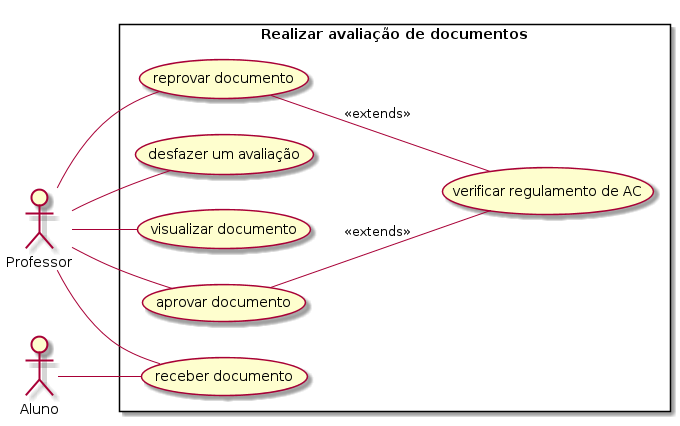
Before: usecase/professor/realizarAvaliacao.png, a diagram exported from PlantUML (rodrigoRolim/AC-backend). Source of this version:
```plantuml
@startuml
left to right direction
skinparam packagestyle rectangle
actor Professor
actor Aluno
rectangle "Realizar avaliação de documentos" {
  Professor -- (receber documento)
  Aluno -- (receber documento)
  Professor -- (visualizar documento)
  Professor -- (aprovar documento)
  Professor -- (reprovar documento)
  (aprovar documento) -- (verificar regulamento de AC): <<extends>>
  (reprovar documento) -- (verificar regulamento de AC): <<extends>>
  Professor -- (desfazer um avaliação)
}

@enduml
```
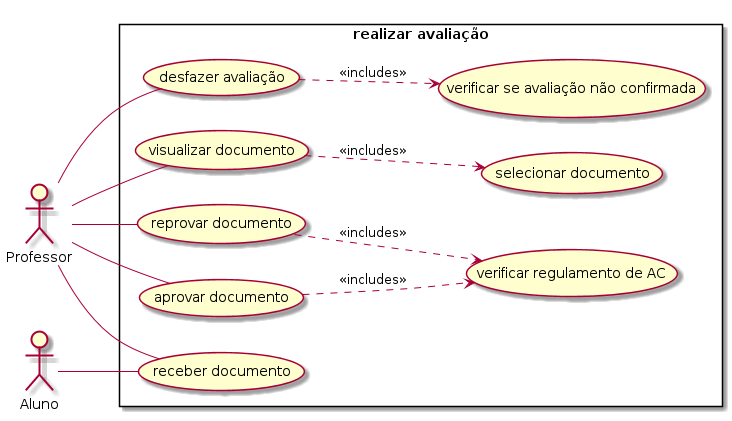
Above is the later version.

Commit message:
new diagrams and bussines

Diff of the diagram source:
```diff
@@ -3,15 +3,16 @@
 skinparam packagestyle rectangle
 actor Professor
 actor Aluno
-rectangle "Realizar avaliação de documentos" {
+rectangle "realizar avaliação" {
   Professor -- (receber documento)
+  Professor -- (reprovar documento)
+  Professor -- (aprovar documento)
+  Professor -- (desfazer avaliação)
+  Professor -- (visualizar documento)
+  (aprovar documento) ..> (verificar regulamento de AC): <<includes>>
+  (reprovar documento) ..> (verificar regulamento de AC): <<includes>>
+  (desfazer avaliação) ..> (verificar se avaliação não confirmada): <<includes>>
+  (visualizar documento) ..> (selecionar documento): <<includes>>
   Aluno -- (receber documento)
-  Professor -- (visualizar documento)
-  Professor -- (aprovar documento)
-  Professor -- (reprovar documento)
-  (aprovar documento) -- (verificar regulamento de AC): <<extends>>
-  (reprovar documento) -- (verificar regulamento de AC): <<extends>>
-  Professor -- (desfazer um avaliação)
 }
-
 @enduml
```
